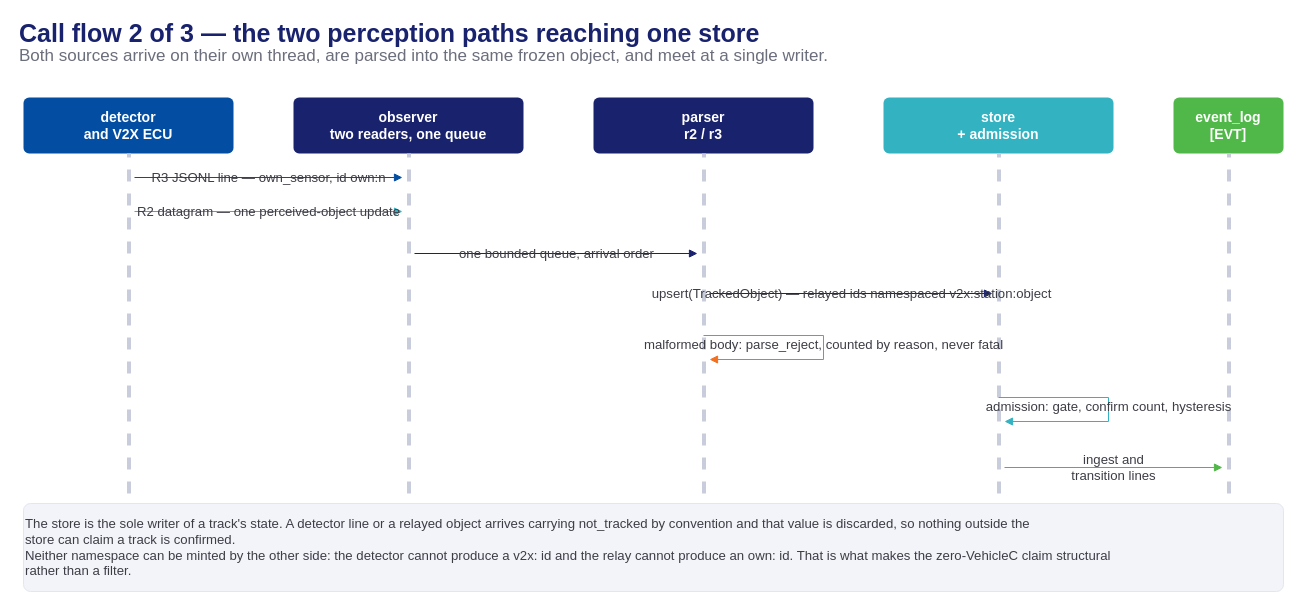
Above: presentation/assets/phase2-4-ada-callflow-2.drawio in mnpham2101/FPT-Hackathon2026 (draw.io), before the change. Source tidied: cells renumbered, new cells numbered last; positions are measured from the earlier drawing's top-left corner, leaving out a move shared by most shapes. Both pictures are drawn from the tidied source at 100%, with x=0, y=0 at pixel (17, 21).
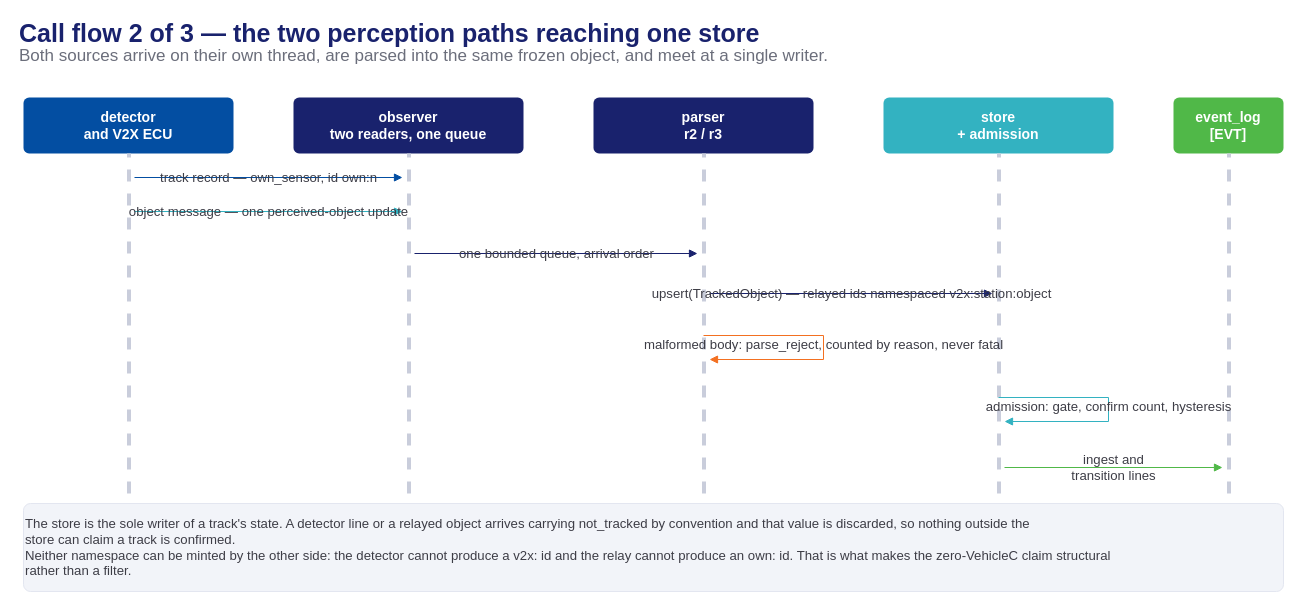
After the change.

What changed in the source:
```diff
@@
-    <mxCell id="14" value="R3 JSONL line — own_sensor, id own:n" style="html=1;endArrow=block;endFill=1;strokeColor=#034EA2;edgeStyle=orthogonalEdgeStyle;rounded=0;fontSize=13.2;fontColor=#3d3d46;labelBackgroundColor=none;" parent="1" edge="1">
+    <mxCell id="14" value="track record — own_sensor, id own:n" style="html=1;endArrow=block;endFill=1;strokeColor=#034EA2;edgeStyle=orthogonalEdgeStyle;rounded=0;fontSize=13.2;fontColor=#3d3d46;labelBackgroundColor=none;" parent="1" edge="1">
       <mxGeometry relative="1" as="geometry">
         <mxPoint x="117" y="156" as="sourcePoint" />
         <mxPoint x="385" y="156" as="targetPoint" />
       </mxGeometry>
     </mxCell>
-    <mxCell id="15" value="R2 datagram — one perceived-object update" style="html=1;endArrow=block;endFill=1;strokeColor=#33B2C1;edgeStyle=orthogonalEdgeStyle;rounded=0;fontSize=13.2;fontColor=#3d3d46;labelBackgroundColor=none;" parent="1" edge="1">
+    <mxCell id="15" value="object message — one perceived-object update" style="html=1;endArrow=block;endFill=1;strokeColor=#33B2C1;edgeStyle=orthogonalEdgeStyle;rounded=0;fontSize=13.2;fontColor=#3d3d46;labelBackgroundColor=none;" parent="1" edge="1">
       <mxGeometry relative="1" as="geometry">
         <mxPoint x="117" y="190" as="sourcePoint" />
         <mxPoint x="385" y="190" as="targetPoint" />
       </mxGeometry>
     </mxCell>
```
